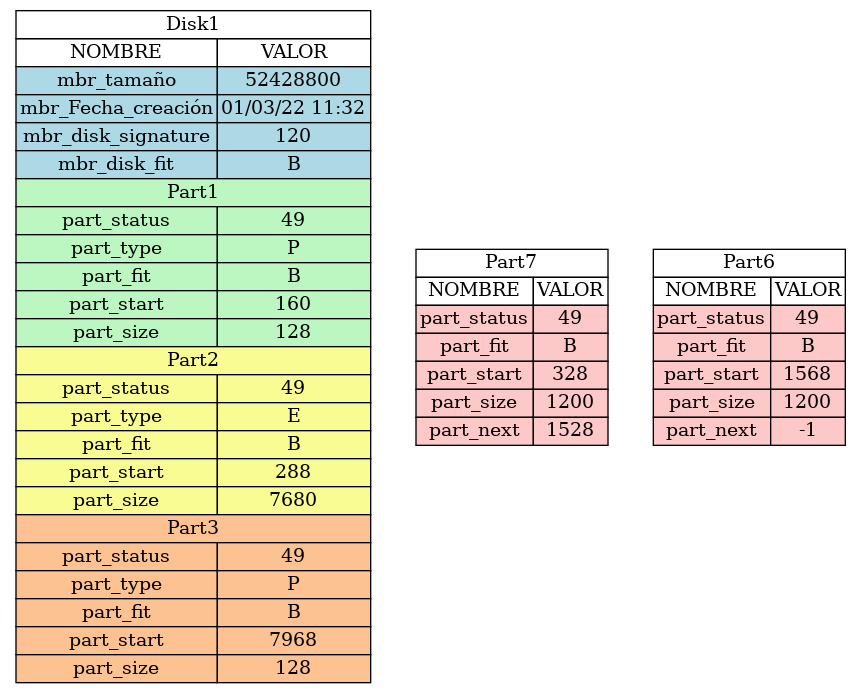
Before: MasterBootRecord_report.png, a diagram exported from Graphviz (2730538920101/P1_MIA_201709282). Its source is kept beside it as MasterBootRecord_report.dot. The source it was exported from:
```dot
digraph {
tbl[
shape=plaintext
 label =<
<table border='0' cellborder='1' cellspacing='0'>
<tr><td colspan="3">Disk1</td></tr>
<th><td>NOMBRE</td><td>VALOR</td></th>
<tr><td bgcolor="lightblue">mbr_tamaño</td><td bgcolor="lightblue">52428800</td></tr>
<tr><td bgcolor="lightblue">mbr_Fecha_creación</td><td bgcolor="lightblue">01/03/22 11:32</td></tr>
<tr><td bgcolor="lightblue">mbr_disk_signature</td><td bgcolor="lightblue">120</td></tr>
<tr><td bgcolor="lightblue">mbr_disk_fit</td><td bgcolor="lightblue">B</td></tr>
<tr><td colspan="2" bgcolor="#bcf7c1">Part1</td></tr>
<tr><td bgcolor="#bcf7c1">part_status</td><td bgcolor="#bcf7c1">49</td></tr>
<tr><td bgcolor="#bcf7c1">part_type</td><td bgcolor="#bcf7c1">P</td></tr>
<tr><td bgcolor="#bcf7c1">part_fit</td><td bgcolor="#bcf7c1">B</td></tr>
<tr><td bgcolor="#bcf7c1">part_start</td><td bgcolor="#bcf7c1">160</td></tr>
<tr><td bgcolor="#bcf7c1">part_size</td><td bgcolor="#bcf7c1">128</td></tr>
<tr><td colspan="2" bgcolor="#f8fc92">Part2</td></tr>
<tr><td bgcolor="#f8fc92">part_status</td><td bgcolor="#f8fc92">49</td></tr>
<tr><td bgcolor="#f8fc92">part_type</td><td bgcolor="#f8fc92">E</td></tr>
<tr><td bgcolor="#f8fc92">part_fit</td><td bgcolor="#f8fc92">B</td></tr>
<tr><td bgcolor="#f8fc92">part_start</td><td bgcolor="#f8fc92">288</td></tr>
<tr><td bgcolor="#f8fc92">part_size</td><td bgcolor="#f8fc92">7680</td></tr>
<tr><td colspan="2" bgcolor="#fcc292">Part3</td></tr>
<tr><td bgcolor="#fcc292">part_status</td><td bgcolor="#fcc292">49</td></tr>
<tr><td bgcolor="#fcc292">part_type</td><td bgcolor="#fcc292">P</td></tr>
<tr><td bgcolor="#fcc292">part_fit</td><td bgcolor="#fcc292">B</td></tr>
<tr><td bgcolor="#fcc292">part_start</td><td bgcolor="#fcc292">7968</td></tr>
<tr><td bgcolor="#fcc292">part_size</td><td bgcolor="#fcc292">128</td></tr>
</table>
>];

tbl1 [
shape=plaintext
 label=<
<table border='0' cellborder='1' cellspacing='0'>
<tr><td colspan="3">Part7</td></tr>
<th><td>NOMBRE</td><td>VALOR</td></th>
<tr><td bgcolor="#fcc8c8">part_status</td><td bgcolor="#fcc8c8">49</td></tr>
<tr><td bgcolor="#fcc8c8">part_fit</td><td bgcolor="#fcc8c8">B</td></tr>
<tr><td bgcolor="#fcc8c8">part_start</td><td bgcolor="#fcc8c8">328</td></tr>
<tr><td bgcolor="#fcc8c8">part_size</td><td bgcolor="#fcc8c8">1200</td></tr>
<tr><td bgcolor="#fcc8c8">part_next</td><td bgcolor="#fcc8c8">1528</td></tr>
</table>
>];
tbl2 [
shape=plaintext
 label=<
<table border='0' cellborder='1' cellspacing='0'>
<tr><td colspan="3">Part6</td></tr>
<th><td>NOMBRE</td><td>VALOR</td></th>
<tr><td bgcolor="#fcc8c8">part_status</td><td bgcolor="#fcc8c8">49</td></tr>
<tr><td bgcolor="#fcc8c8">part_fit</td><td bgcolor="#fcc8c8">B</td></tr>
<tr><td bgcolor="#fcc8c8">part_start</td><td bgcolor="#fcc8c8">1568</td></tr>
<tr><td bgcolor="#fcc8c8">part_size</td><td bgcolor="#fcc8c8">1200</td></tr>
<tr><td bgcolor="#fcc8c8">part_next</td><td bgcolor="#fcc8c8">-1</td></tr>
</table>
>];
}
```
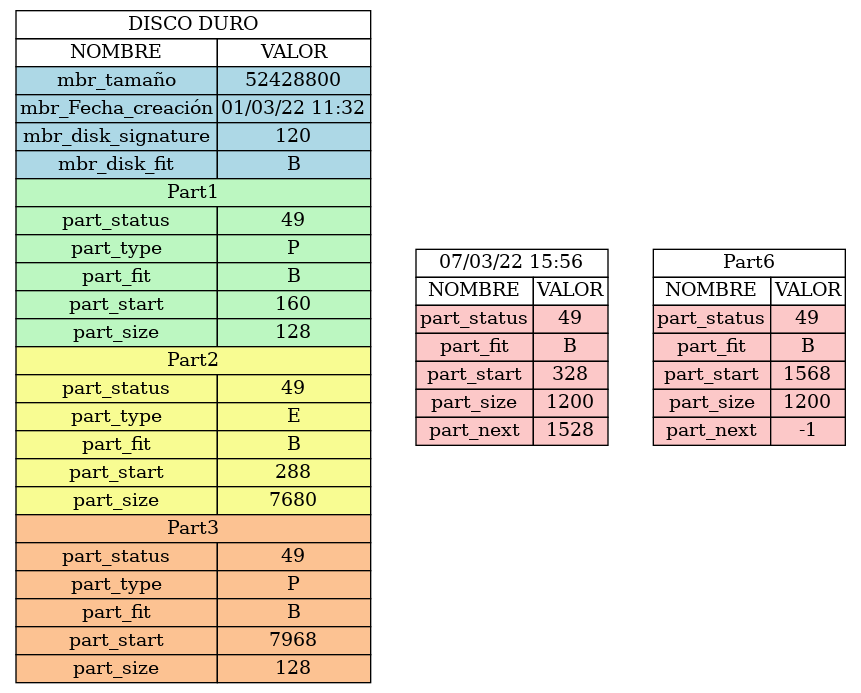
After the change.

Diff of the diagram source:
```diff
@@ -3,7 +3,7 @@
 shape=plaintext
  label =<
 <table border='0' cellborder='1' cellspacing='0'>
-<tr><td colspan="3">Disk1</td></tr>
+<tr><td colspan="3">DISCO DURO</td></tr>
 <th><td>NOMBRE</td><td>VALOR</td></th>
 <tr><td bgcolor="lightblue">mbr_tamaño</td><td bgcolor="lightblue">52428800</td></tr>
 <tr><td bgcolor="lightblue">mbr_Fecha_creación</td><td bgcolor="lightblue">01/03/22 11:32</td></tr>
@@ -34,7 +34,7 @@
 shape=plaintext
  label=<
 <table border='0' cellborder='1' cellspacing='0'>
-<tr><td colspan="3">Part7</td></tr>
+<tr><td colspan="3">07/03/22 15:56</td></tr>
 <th><td>NOMBRE</td><td>VALOR</td></th>
 <tr><td bgcolor="#fcc8c8">part_status</td><td bgcolor="#fcc8c8">49</td></tr>
 <tr><td bgcolor="#fcc8c8">part_fit</td><td bgcolor="#fcc8c8">B</td></tr>
```
